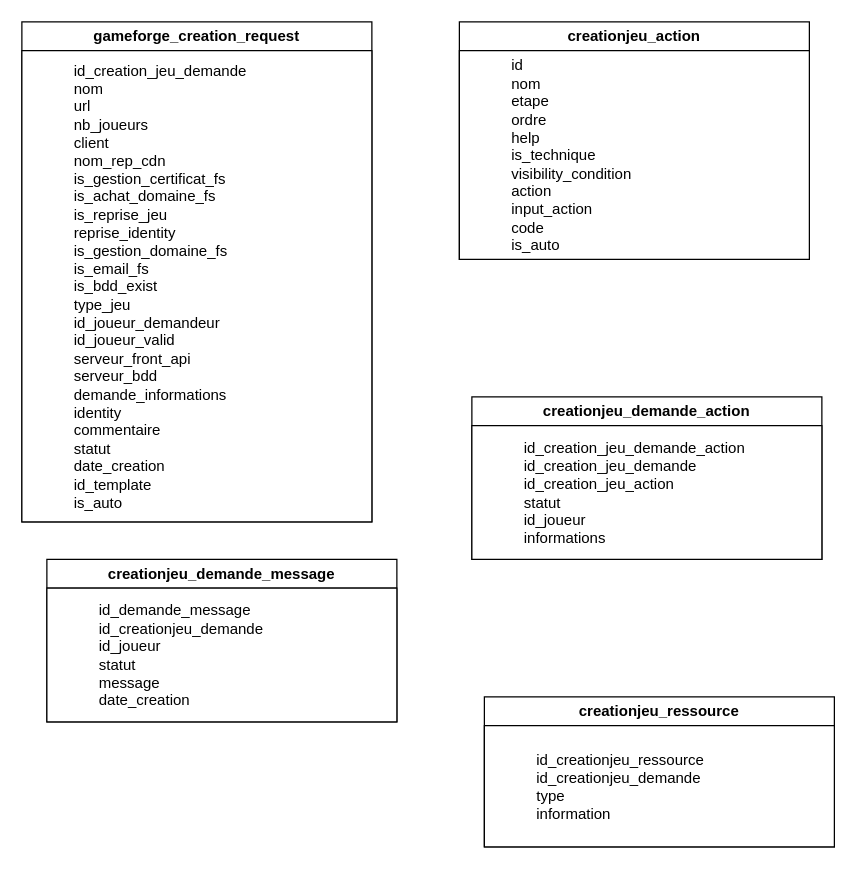
Above: Gameforge.drawio in mayol-feelingsports/diagram (draw.io), before the change. Source tidied: cells renumbered, new cells numbered last; positions are measured from the earlier drawing's top-left corner, leaving out a move shared by most shapes. Both pictures are drawn from the tidied source at 125%, with x=0, y=0 at pixel (21, 21).
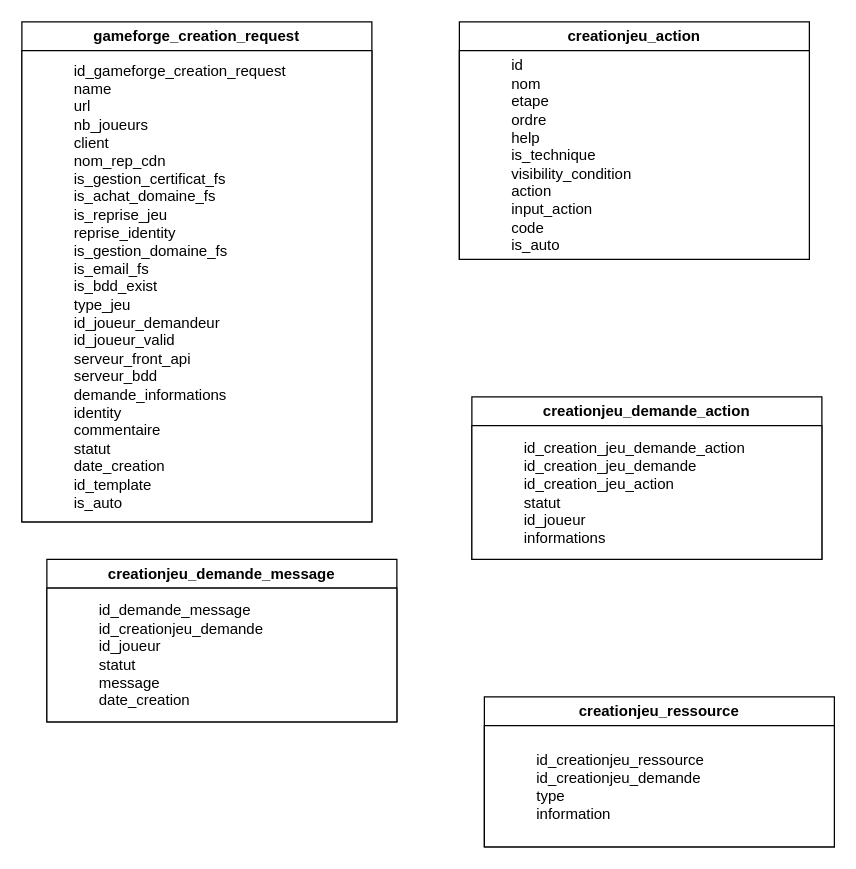
The same diagram, later.

Commit message (it also covers changes not shown here):
Mettre à jour Gameforge.drawio

What changed in the source:
```diff
@@
 <mxGraphModel>
   <root>
     <mxCell id="0" />
     <mxCell id="1" parent="0" />
     <mxCell id="2" value="gameforge_creation_request" style="swimlane;whiteSpace=wrap;html=1;" parent="1" vertex="1">
       <mxGeometry width="280" height="400" as="geometry" />
     </mxCell>
-    <mxCell id="3" value="&lt;blockquote style=&quot;margin: 0 0 0 40px; border: none; padding: 0px;&quot;&gt;&lt;div&gt;id_creation_jeu_demande&lt;/div&gt;&lt;div&gt;nom&lt;/div&gt;&lt;div&gt;url&lt;/div&gt;&lt;div&gt;nb_joueurs&lt;/div&gt;&lt;div&gt;client&lt;/div&gt;&lt;div&gt;nom_rep_cdn&lt;/div&gt;&lt;div&gt;is_gestion_certificat_fs&lt;/div&gt;&lt;div&gt;is_achat_domaine_fs&lt;/div&gt;&lt;div&gt;is_reprise_jeu&lt;/div&gt;&lt;div&gt;reprise_identity&lt;/div&gt;&lt;div&gt;is_gestion_domaine_fs&lt;/div&gt;&lt;div&gt;is_email_fs&lt;/div&gt;&lt;div&gt;is_bdd_exist&lt;/div&gt;&lt;div&gt;type_jeu&lt;/div&gt;&lt;div&gt;id_joueur_demandeur&lt;/div&gt;&lt;div&gt;id_joueur_valid&lt;/div&gt;&lt;div&gt;serveur_front_api&lt;/div&gt;&lt;div&gt;serveur_bdd&lt;/div&gt;&lt;div&gt;demande_informations&lt;/div&gt;&lt;div&gt;identity&lt;/div&gt;&lt;div&gt;commentaire&lt;/div&gt;&lt;div&gt;statut&lt;/div&gt;&lt;div&gt;date_creation&lt;/div&gt;&lt;div&gt;id_template&lt;/div&gt;&lt;div&gt;is_auto&lt;/div&gt;&lt;/blockquote&gt;" style="whiteSpace=wrap;html=1;align=left;" parent="2" vertex="1">
+    <mxCell id="3" value="&lt;blockquote style=&quot;margin: 0 0 0 40px; border: none; padding: 0px;&quot;&gt;&lt;div&gt;id_&lt;span style=&quot;text-align: center; background-color: initial;&quot;&gt;gameforge_creation_request&lt;/span&gt;&lt;/div&gt;&lt;div&gt;name&lt;/div&gt;&lt;div&gt;url&lt;/div&gt;&lt;div&gt;nb_joueurs&lt;/div&gt;&lt;div&gt;client&lt;/div&gt;&lt;div&gt;nom_rep_cdn&lt;/div&gt;&lt;div&gt;is_gestion_certificat_fs&lt;/div&gt;&lt;div&gt;is_achat_domaine_fs&lt;/div&gt;&lt;div&gt;is_reprise_jeu&lt;/div&gt;&lt;div&gt;reprise_identity&lt;/div&gt;&lt;div&gt;is_gestion_domaine_fs&lt;/div&gt;&lt;div&gt;is_email_fs&lt;/div&gt;&lt;div&gt;is_bdd_exist&lt;/div&gt;&lt;div&gt;type_jeu&lt;/div&gt;&lt;div&gt;id_joueur_demandeur&lt;/div&gt;&lt;div&gt;id_joueur_valid&lt;/div&gt;&lt;div&gt;serveur_front_api&lt;/div&gt;&lt;div&gt;serveur_bdd&lt;/div&gt;&lt;div&gt;demande_informations&lt;/div&gt;&lt;div&gt;identity&lt;/div&gt;&lt;div&gt;commentaire&lt;/div&gt;&lt;div&gt;statut&lt;/div&gt;&lt;div&gt;date_creation&lt;/div&gt;&lt;div&gt;id_template&lt;/div&gt;&lt;div&gt;is_auto&lt;/div&gt;&lt;/blockquote&gt;" style="whiteSpace=wrap;html=1;align=left;" parent="2" vertex="1">
       <mxGeometry y="23" width="280" height="377" as="geometry" />
     </mxCell>
     <mxCell id="4" value="creationjeu_action" style="swimlane;whiteSpace=wrap;html=1;" parent="1" vertex="1">
       <mxGeometry x="350" width="280" height="190" as="geometry" />
     </mxCell>
     <mxCell id="5" value="&lt;blockquote style=&quot;margin: 0 0 0 40px; border: none; padding: 0px;&quot;&gt;&lt;div&gt;id&lt;/div&gt;&lt;div&gt;nom&lt;/div&gt;&lt;div&gt;etape&lt;/div&gt;&lt;div&gt;ordre&lt;/div&gt;&lt;div&gt;help&lt;/div&gt;&lt;div&gt;is_technique&lt;/div&gt;&lt;div&gt;visibility_condition&lt;/div&gt;&lt;div&gt;action&lt;/div&gt;&lt;div&gt;input_action&lt;/div&gt;&lt;div&gt;code&lt;/div&gt;&lt;div&gt;is_auto&lt;/div&gt;&lt;/blockquote&gt;" style="whiteSpace=wrap;html=1;align=left;" parent="4" vertex="1">
       <mxGeometry y="23" width="280" height="167" as="geometry" />
     </mxCell>
     <mxCell id="6" value="creationjeu_demande_action" style="swimlane;whiteSpace=wrap;html=1;" parent="1" vertex="1">
       <mxGeometry x="360" y="300" width="280" height="130" as="geometry" />
     </mxCell>
     <mxCell id="7" value="&lt;blockquote style=&quot;margin: 0 0 0 40px; border: none; padding: 0px;&quot;&gt;&lt;div&gt;id_creation_jeu_demande_action&lt;/div&gt;&lt;div&gt;id_creation_jeu_demande&lt;/div&gt;&lt;div&gt;id_creation_jeu_action&lt;/div&gt;&lt;div&gt;statut&lt;/div&gt;&lt;div&gt;id_joueur&lt;/div&gt;&lt;div&gt;informations&lt;/div&gt;&lt;/blockquote&gt;" style="whiteSpace=wrap;html=1;align=left;" parent="6" vertex="1">
       <mxGeometry y="23" width="280" height="107" as="geometry" />
     </mxCell>
     <mxCell id="8" value="creationjeu_demande_message" style="swimlane;whiteSpace=wrap;html=1;" parent="1" vertex="1">
       <mxGeometry x="20" y="430" width="280" height="130" as="geometry" />
     </mxCell>
     <mxCell id="9" value="&lt;blockquote style=&quot;margin: 0 0 0 40px; border: none; padding: 0px;&quot;&gt;&lt;div&gt;id_demande_message&lt;/div&gt;&lt;div&gt;id_creationjeu_demande&lt;/div&gt;&lt;div&gt;id_joueur&lt;/div&gt;&lt;div&gt;statut&lt;/div&gt;&lt;div&gt;message&lt;/div&gt;&lt;div&gt;date_creation&lt;/div&gt;&lt;/blockquote&gt;" style="whiteSpace=wrap;html=1;align=left;" parent="8" vertex="1">
       <mxGeometry y="23" width="280" height="107" as="geometry" />
     </mxCell>
     <mxCell id="10" value="creationjeu_ressource" style="swimlane;whiteSpace=wrap;html=1;" parent="1" vertex="1">
       <mxGeometry x="370" y="540" width="280" height="120" as="geometry" />
     </mxCell>
     <mxCell id="11" value="&lt;blockquote style=&quot;margin: 0 0 0 40px; border: none; padding: 0px;&quot;&gt;&lt;div&gt;id_creationjeu_ressource&lt;/div&gt;&lt;div&gt;id_creationjeu_demande&lt;/div&gt;&lt;div&gt;type&lt;/div&gt;&lt;div&gt;information&lt;/div&gt;&lt;/blockquote&gt;" style="whiteSpace=wrap;html=1;align=left;" parent="10" vertex="1">
       <mxGeometry y="23" width="280" height="97" as="geometry" />
     </mxCell>
   </root>
 </mxGraphModel>
```
